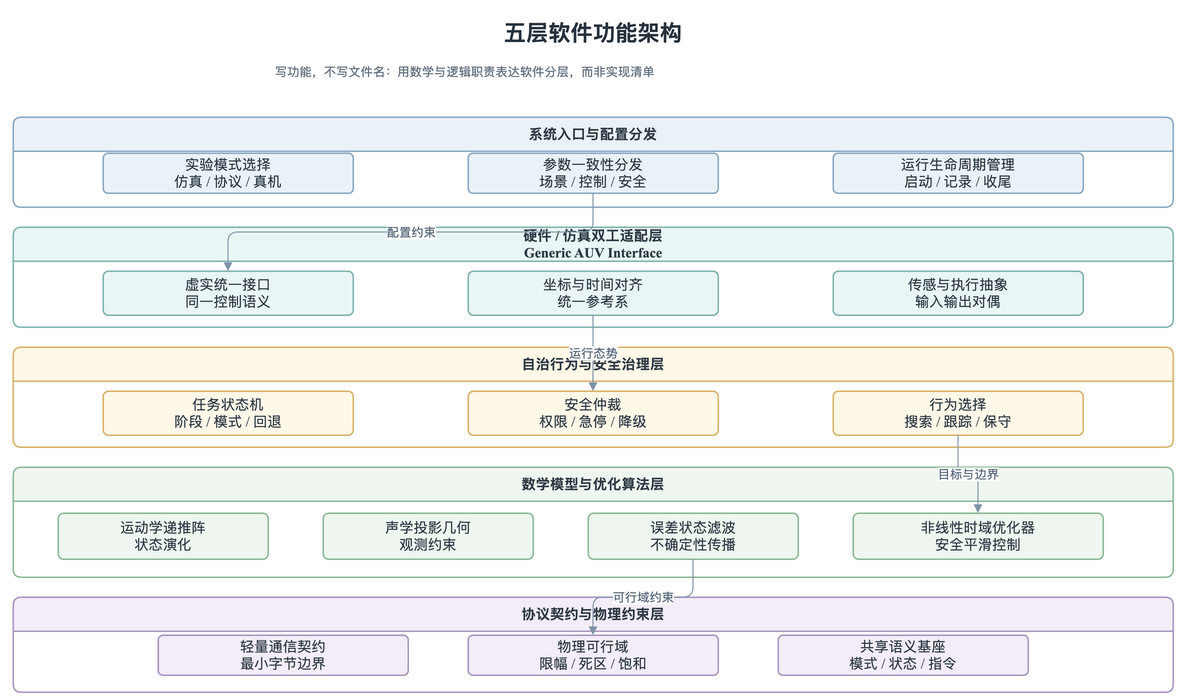
Above: docs/thesis/figures/architecture/auv_v2_five_layer_functional_architecture.drawio.png in 360ZMEM/AUV-Master-Project (draw.io), before the change. Source tidied: cells renumbered, new cells last; positions are measured from the earlier drawing's top-left corner, leaving out a move shared by most shapes.
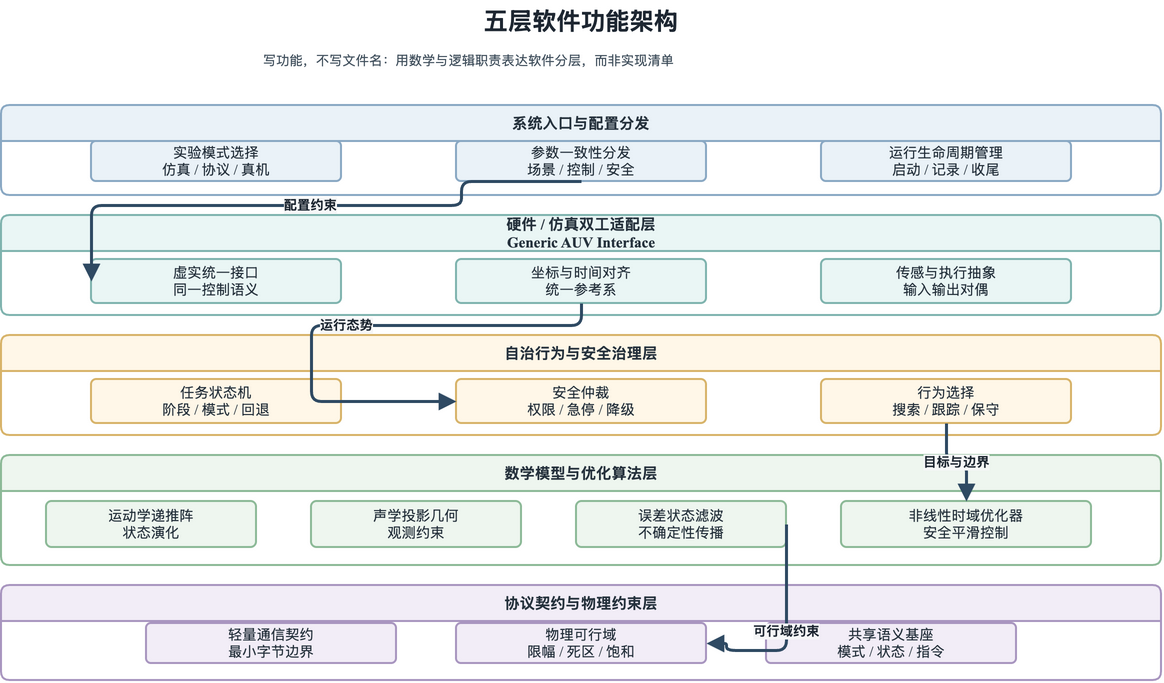
After the commit.

Diff of the diagram source:
```diff
@@ -2,86 +2,101 @@
   <root>
     <mxCell id="0" />
     <mxCell id="1" parent="0" />
-    <mxCell id="2" value="五层软件功能架构" style="text;html=1;strokeColor=none;fillColor=none;align=center;verticalAlign=middle;whiteSpace=wrap;rounded=0;fontFamily=Noto Serif CJK SC,Times New Roman;fontSize=22;fontStyle=1;fontColor=#26323D;" parent="1" vertex="1">
+    <mxCell id="2" value="五层软件功能架构" style="text;html=1;strokeColor=none;fillColor=none;align=center;verticalAlign=middle;whiteSpace=wrap;rounded=0;fontFamily=Noto Serif CJK SC,Times New Roman;fontSize=24;fontStyle=1;fontColor=#1E2732;" parent="1" vertex="1">
       <mxGeometry x="270" width="620" height="42" as="geometry" />
     </mxCell>
-    <mxCell id="3" value="写功能，不写文件名：用数学与逻辑职责表达软件分层，而非实现清单" style="text;html=1;strokeColor=none;fillColor=none;align=left;verticalAlign=top;whiteSpace=wrap;rounded=0;fontFamily=Noto Serif CJK SC,Times New Roman;fontSize=12;fontColor=#5C6B7A;" parent="1" vertex="1">
+    <mxCell id="3" value="写功能，不写文件名：用数学与逻辑职责表达软件分层，而非实现清单" style="text;html=1;strokeColor=none;fillColor=none;align=left;verticalAlign=top;whiteSpace=wrap;rounded=0;fontFamily=Noto Serif CJK SC,Times New Roman;fontSize=13;fontColor=#43525F;" parent="1" vertex="1">
       <mxGeometry x="260" y="46" width="660" height="34" as="geometry" />
     </mxCell>
-    <mxCell id="4" value="系统入口与配置分发" style="swimlane;whiteSpace=wrap;html=1;startSize=34;rounded=1;arcSize=8;fillColor=#EAF2F8;strokeColor=#8AA9C4;strokeWidth=1.5;fontFamily=Noto Serif CJK SC,Times New Roman;fontSize=14;fontColor=#2F3A45;" parent="1" vertex="1">
+    <mxCell id="4" value="系统入口与配置分发" style="swimlane;whiteSpace=wrap;html=1;startSize=36;rounded=1;arcSize=8;fillColor=#EAF2F8;strokeColor=#8AA9C4;strokeWidth=2;fontFamily=Noto Serif CJK SC,Times New Roman;fontSize=14;fontColor=#26323D;fontStyle=1;fontSize=15;" parent="1" vertex="1">
       <mxGeometry y="105" width="1160" height="90" as="geometry" />
     </mxCell>
-    <mxCell id="5" value="硬件 / 仿真双工适配层&#10;Generic AUV Interface" style="swimlane;whiteSpace=wrap;html=1;startSize=34;rounded=1;arcSize=8;fillColor=#EAF6F5;strokeColor=#80B4AF;strokeWidth=1.5;fontFamily=Noto Serif CJK SC,Times New Roman;fontSize=14;fontColor=#2F3A45;" parent="1" vertex="1">
+    <mxCell id="5" value="硬件 / 仿真双工适配层&#10;Generic AUV Interface" style="swimlane;whiteSpace=wrap;html=1;startSize=36;rounded=1;arcSize=8;fillColor=#EAF6F5;strokeColor=#80B4AF;strokeWidth=2;fontFamily=Noto Serif CJK SC,Times New Roman;fontSize=14;fontColor=#26323D;fontStyle=1;fontSize=15;" parent="1" vertex="1">
       <mxGeometry y="215" width="1160" height="100" as="geometry" />
     </mxCell>
-    <mxCell id="6" value="自治行为与安全治理层" style="swimlane;whiteSpace=wrap;html=1;startSize=34;rounded=1;arcSize=8;fillColor=#FFF7E8;strokeColor=#D8B46A;strokeWidth=1.5;fontFamily=Noto Serif CJK SC,Times New Roman;fontSize=14;fontColor=#2F3A45;" parent="1" vertex="1">
+    <mxCell id="6" value="自治行为与安全治理层" style="swimlane;whiteSpace=wrap;html=1;startSize=36;rounded=1;arcSize=8;fillColor=#FFF7E8;strokeColor=#D8B46A;strokeWidth=2;fontFamily=Noto Serif CJK SC,Times New Roman;fontSize=14;fontColor=#26323D;fontStyle=1;fontSize=15;" parent="1" vertex="1">
       <mxGeometry y="335" width="1160" height="100" as="geometry" />
     </mxCell>
-    <mxCell id="7" value="数学模型与优化算法层" style="swimlane;whiteSpace=wrap;html=1;startSize=34;rounded=1;arcSize=8;fillColor=#EEF6EF;strokeColor=#8DBA98;strokeWidth=1.5;fontFamily=Noto Serif CJK SC,Times New Roman;fontSize=14;fontColor=#2F3A45;" parent="1" vertex="1">
+    <mxCell id="7" value="数学模型与优化算法层" style="swimlane;whiteSpace=wrap;html=1;startSize=36;rounded=1;arcSize=8;fillColor=#EEF6EF;strokeColor=#8DBA98;strokeWidth=2;fontFamily=Noto Serif CJK SC,Times New Roman;fontSize=14;fontColor=#26323D;fontStyle=1;fontSize=15;" parent="1" vertex="1">
       <mxGeometry y="455" width="1160" height="110" as="geometry" />
     </mxCell>
-    <mxCell id="8" value="协议契约与物理约束层" style="swimlane;whiteSpace=wrap;html=1;startSize=34;rounded=1;arcSize=8;fillColor=#F2EDF7;strokeColor=#A996C0;strokeWidth=1.5;fontFamily=Noto Serif CJK SC,Times New Roman;fontSize=14;fontColor=#2F3A45;" parent="1" vertex="1">
+    <mxCell id="8" value="协议契约与物理约束层" style="swimlane;whiteSpace=wrap;html=1;startSize=36;rounded=1;arcSize=8;fillColor=#F2EDF7;strokeColor=#A996C0;strokeWidth=2;fontFamily=Noto Serif CJK SC,Times New Roman;fontSize=14;fontColor=#26323D;fontStyle=1;fontSize=15;" parent="1" vertex="1">
       <mxGeometry y="585" width="1160" height="95" as="geometry" />
     </mxCell>
-    <mxCell id="9" value="实验模式选择&#10;仿真 / 协议 / 真机" style="rounded=1;whiteSpace=wrap;html=1;arcSize=12;fillColor=#EAF2F8;strokeColor=#8AA9C4;strokeWidth=1.5;spacing=8;fontFamily=Noto Serif CJK SC,Times New Roman;fontSize=14;fontColor=#2F3A45;" parent="4" vertex="1">
+    <mxCell id="9" value="实验模式选择&#10;仿真 / 协议 / 真机" style="rounded=1;whiteSpace=wrap;html=1;arcSize=12;fillColor=#EAF2F8;strokeColor=#8AA9C4;strokeWidth=2;spacing=8;shadow=0;fontFamily=Noto Serif CJK SC,Times New Roman;fontSize=14;fontColor=#26323D;" parent="4" vertex="1">
       <mxGeometry x="90" y="36" width="250" height="40" as="geometry" />
     </mxCell>
-    <mxCell id="10" value="参数一致性分发&#10;场景 / 控制 / 安全" style="rounded=1;whiteSpace=wrap;html=1;arcSize=12;fillColor=#EAF2F8;strokeColor=#8AA9C4;strokeWidth=1.5;spacing=8;fontFamily=Noto Serif CJK SC,Times New Roman;fontSize=14;fontColor=#2F3A45;" parent="4" vertex="1">
+    <mxCell id="10" value="参数一致性分发&#10;场景 / 控制 / 安全" style="rounded=1;whiteSpace=wrap;html=1;arcSize=12;fillColor=#EAF2F8;strokeColor=#8AA9C4;strokeWidth=2;spacing=8;shadow=0;fontFamily=Noto Serif CJK SC,Times New Roman;fontSize=14;fontColor=#26323D;" parent="4" vertex="1">
       <mxGeometry x="455" y="36" width="250" height="40" as="geometry" />
     </mxCell>
-    <mxCell id="11" value="运行生命周期管理&#10;启动 / 记录 / 收尾" style="rounded=1;whiteSpace=wrap;html=1;arcSize=12;fillColor=#EAF2F8;strokeColor=#8AA9C4;strokeWidth=1.5;spacing=8;fontFamily=Noto Serif CJK SC,Times New Roman;fontSize=14;fontColor=#2F3A45;" parent="4" vertex="1">
+    <mxCell id="11" value="运行生命周期管理&#10;启动 / 记录 / 收尾" style="rounded=1;whiteSpace=wrap;html=1;arcSize=12;fillColor=#EAF2F8;strokeColor=#8AA9C4;strokeWidth=2;spacing=8;shadow=0;fontFamily=Noto Serif CJK SC,Times New Roman;fontSize=14;fontColor=#26323D;" parent="4" vertex="1">
       <mxGeometry x="820" y="36" width="250" height="40" as="geometry" />
     </mxCell>
-    <mxCell id="12" value="虚实统一接口&#10;同一控制语义" style="rounded=1;whiteSpace=wrap;html=1;arcSize=12;fillColor=#EAF6F5;strokeColor=#80B4AF;strokeWidth=1.5;spacing=8;fontFamily=Noto Serif CJK SC,Times New Roman;fontSize=14;fontColor=#2F3A45;" parent="5" vertex="1">
+    <mxCell id="12" value="虚实统一接口&#10;同一控制语义" style="rounded=1;whiteSpace=wrap;html=1;arcSize=12;fillColor=#EAF6F5;strokeColor=#80B4AF;strokeWidth=2;spacing=8;shadow=0;fontFamily=Noto Serif CJK SC,Times New Roman;fontSize=14;fontColor=#26323D;" parent="5" vertex="1">
       <mxGeometry x="90" y="44" width="250" height="44" as="geometry" />
     </mxCell>
-    <mxCell id="13" value="坐标与时间对齐&#10;统一参考系" style="rounded=1;whiteSpace=wrap;html=1;arcSize=12;fillColor=#EAF6F5;strokeColor=#80B4AF;strokeWidth=1.5;spacing=8;fontFamily=Noto Serif CJK SC,Times New Roman;fontSize=14;fontColor=#2F3A45;" parent="5" vertex="1">
+    <mxCell id="13" value="坐标与时间对齐&#10;统一参考系" style="rounded=1;whiteSpace=wrap;html=1;arcSize=12;fillColor=#EAF6F5;strokeColor=#80B4AF;strokeWidth=2;spacing=8;shadow=0;fontFamily=Noto Serif CJK SC,Times New Roman;fontSize=14;fontColor=#26323D;" parent="5" vertex="1">
       <mxGeometry x="455" y="44" width="250" height="44" as="geometry" />
     </mxCell>
-    <mxCell id="14" value="传感与执行抽象&#10;输入输出对偶" style="rounded=1;whiteSpace=wrap;html=1;arcSize=12;fillColor=#EAF6F5;strokeColor=#80B4AF;strokeWidth=1.5;spacing=8;fontFamily=Noto Serif CJK SC,Times New Roman;fontSize=14;fontColor=#2F3A45;" parent="5" vertex="1">
+    <mxCell id="14" value="传感与执行抽象&#10;输入输出对偶" style="rounded=1;whiteSpace=wrap;html=1;arcSize=12;fillColor=#EAF6F5;strokeColor=#80B4AF;strokeWidth=2;spacing=8;shadow=0;fontFamily=Noto Serif CJK SC,Times New Roman;fontSize=14;fontColor=#26323D;" parent="5" vertex="1">
       <mxGeometry x="820" y="44" width="250" height="44" as="geometry" />
     </mxCell>
-    <mxCell id="15" value="任务状态机&#10;阶段 / 模式 / 回退" style="rounded=1;whiteSpace=wrap;html=1;arcSize=12;fillColor=#FFF7E8;strokeColor=#D8B46A;strokeWidth=1.5;spacing=8;fontFamily=Noto Serif CJK SC,Times New Roman;fontSize=14;fontColor=#2F3A45;" parent="6" vertex="1">
+    <mxCell id="15" value="任务状态机&#10;阶段 / 模式 / 回退" style="rounded=1;whiteSpace=wrap;html=1;arcSize=12;fillColor=#FFF7E8;strokeColor=#D8B46A;strokeWidth=2;spacing=8;shadow=0;fontFamily=Noto Serif CJK SC,Times New Roman;fontSize=14;fontColor=#26323D;" parent="6" vertex="1">
       <mxGeometry x="90" y="44" width="250" height="44" as="geometry" />
     </mxCell>
-    <mxCell id="16" value="安全仲裁&#10;权限 / 急停 / 降级" style="rounded=1;whiteSpace=wrap;html=1;arcSize=12;fillColor=#FFF7E8;strokeColor=#D8B46A;strokeWidth=1.5;spacing=8;fontFamily=Noto Serif CJK SC,Times New Roman;fontSize=14;fontColor=#2F3A45;" parent="6" vertex="1">
+    <mxCell id="16" value="安全仲裁&#10;权限 / 急停 / 降级" style="rounded=1;whiteSpace=wrap;html=1;arcSize=12;fillColor=#FFF7E8;strokeColor=#D8B46A;strokeWidth=2;spacing=8;shadow=0;fontFamily=Noto Serif CJK SC,Times New Roman;fontSize=14;fontColor=#26323D;" parent="6" vertex="1">
       <mxGeometry x="455" y="44" width="250" height="44" as="geometry" />
     </mxCell>
-    <mxCell id="17" value="行为选择&#10;搜索 / 跟踪 / 保守" style="rounded=1;whiteSpace=wrap;html=1;arcSize=12;fillColor=#FFF7E8;strokeColor=#D8B46A;strokeWidth=1.5;spacing=8;fontFamily=Noto Serif CJK SC,Times New Roman;fontSize=14;fontColor=#2F3A45;" parent="6" vertex="1">
+    <mxCell id="17" value="行为选择&#10;搜索 / 跟踪 / 保守" style="rounded=1;whiteSpace=wrap;html=1;arcSize=12;fillColor=#FFF7E8;strokeColor=#D8B46A;strokeWidth=2;spacing=8;shadow=0;fontFamily=Noto Serif CJK SC,Times New Roman;fontSize=14;fontColor=#26323D;" parent="6" vertex="1">
       <mxGeometry x="820" y="44" width="250" height="44" as="geometry" />
     </mxCell>
-    <mxCell id="18" value="运动学递推阵&#10;状态演化" style="rounded=1;whiteSpace=wrap;html=1;arcSize=12;fillColor=#EEF6EF;strokeColor=#8DBA98;strokeWidth=1.5;spacing=8;fontFamily=Noto Serif CJK SC,Times New Roman;fontSize=14;fontColor=#2F3A45;" parent="7" vertex="1">
+    <mxCell id="18" value="运动学递推阵&#10;状态演化" style="rounded=1;whiteSpace=wrap;html=1;arcSize=12;fillColor=#EEF6EF;strokeColor=#8DBA98;strokeWidth=2;spacing=8;shadow=0;fontFamily=Noto Serif CJK SC,Times New Roman;fontSize=14;fontColor=#26323D;" parent="7" vertex="1">
       <mxGeometry x="45" y="46" width="210" height="46" as="geometry" />
     </mxCell>
-    <mxCell id="19" value="声学投影几何&#10;观测约束" style="rounded=1;whiteSpace=wrap;html=1;arcSize=12;fillColor=#EEF6EF;strokeColor=#8DBA98;strokeWidth=1.5;spacing=8;fontFamily=Noto Serif CJK SC,Times New Roman;fontSize=14;fontColor=#2F3A45;" parent="7" vertex="1">
+    <mxCell id="19" value="声学投影几何&#10;观测约束" style="rounded=1;whiteSpace=wrap;html=1;arcSize=12;fillColor=#EEF6EF;strokeColor=#8DBA98;strokeWidth=2;spacing=8;shadow=0;fontFamily=Noto Serif CJK SC,Times New Roman;fontSize=14;fontColor=#26323D;" parent="7" vertex="1">
       <mxGeometry x="310" y="46" width="210" height="46" as="geometry" />
     </mxCell>
-    <mxCell id="20" value="误差状态滤波&#10;不确定性传播" style="rounded=1;whiteSpace=wrap;html=1;arcSize=12;fillColor=#EEF6EF;strokeColor=#8DBA98;strokeWidth=1.5;spacing=8;fontFamily=Noto Serif CJK SC,Times New Roman;fontSize=14;fontColor=#2F3A45;" parent="7" vertex="1">
+    <mxCell id="20" value="误差状态滤波&#10;不确定性传播" style="rounded=1;whiteSpace=wrap;html=1;arcSize=12;fillColor=#EEF6EF;strokeColor=#8DBA98;strokeWidth=2;spacing=8;shadow=0;fontFamily=Noto Serif CJK SC,Times New Roman;fontSize=14;fontColor=#26323D;" parent="7" vertex="1">
       <mxGeometry x="575" y="46" width="210" height="46" as="geometry" />
     </mxCell>
-    <mxCell id="21" value="非线性时域优化器&#10;安全平滑控制" style="rounded=1;whiteSpace=wrap;html=1;arcSize=12;fillColor=#EEF6EF;strokeColor=#8DBA98;strokeWidth=1.5;spacing=8;fontFamily=Noto Serif CJK SC,Times New Roman;fontSize=14;fontColor=#2F3A45;" parent="7" vertex="1">
+    <mxCell id="21" value="非线性时域优化器&#10;安全平滑控制" style="rounded=1;whiteSpace=wrap;html=1;arcSize=12;fillColor=#EEF6EF;strokeColor=#8DBA98;strokeWidth=2;spacing=8;shadow=0;fontFamily=Noto Serif CJK SC,Times New Roman;fontSize=14;fontColor=#26323D;" parent="7" vertex="1">
       <mxGeometry x="840" y="46" width="250" height="46" as="geometry" />
     </mxCell>
-    <mxCell id="22" value="轻量通信契约&#10;最小字节边界" style="rounded=1;whiteSpace=wrap;html=1;arcSize=12;fillColor=#F2EDF7;strokeColor=#A996C0;strokeWidth=1.5;spacing=8;fontFamily=Noto Serif CJK SC,Times New Roman;fontSize=14;fontColor=#2F3A45;" parent="8" vertex="1">
+    <mxCell id="22" value="轻量通信契约&#10;最小字节边界" style="rounded=1;whiteSpace=wrap;html=1;arcSize=12;fillColor=#F2EDF7;strokeColor=#A996C0;strokeWidth=2;spacing=8;shadow=0;fontFamily=Noto Serif CJK SC,Times New Roman;fontSize=14;fontColor=#26323D;" parent="8" vertex="1">
       <mxGeometry x="145" y="38" width="250" height="40" as="geometry" />
     </mxCell>
-    <mxCell id="23" value="物理可行域&#10;限幅 / 死区 / 饱和" style="rounded=1;whiteSpace=wrap;html=1;arcSize=12;fillColor=#F2EDF7;strokeColor=#A996C0;strokeWidth=1.5;spacing=8;fontFamily=Noto Serif CJK SC,Times New Roman;fontSize=14;fontColor=#2F3A45;" parent="8" vertex="1">
+    <mxCell id="23" value="物理可行域&#10;限幅 / 死区 / 饱和" style="rounded=1;whiteSpace=wrap;html=1;arcSize=12;fillColor=#F2EDF7;strokeColor=#A996C0;strokeWidth=2;spacing=8;shadow=0;fontFamily=Noto Serif CJK SC,Times New Roman;fontSize=14;fontColor=#26323D;" parent="8" vertex="1">
       <mxGeometry x="455" y="38" width="250" height="40" as="geometry" />
     </mxCell>
-    <mxCell id="24" value="共享语义基座&#10;模式 / 状态 / 指令" style="rounded=1;whiteSpace=wrap;html=1;arcSize=12;fillColor=#F2EDF7;strokeColor=#A996C0;strokeWidth=1.5;spacing=8;fontFamily=Noto Serif CJK SC,Times New Roman;fontSize=14;fontColor=#2F3A45;" parent="8" vertex="1">
+    <mxCell id="24" value="共享语义基座&#10;模式 / 状态 / 指令" style="rounded=1;whiteSpace=wrap;html=1;arcSize=12;fillColor=#F2EDF7;strokeColor=#A996C0;strokeWidth=2;spacing=8;shadow=0;fontFamily=Noto Serif CJK SC,Times New Roman;fontSize=14;fontColor=#26323D;" parent="8" vertex="1">
       <mxGeometry x="765" y="38" width="250" height="40" as="geometry" />
     </mxCell>
-    <mxCell id="25" value="配置约束" style="edgeStyle=orthogonalEdgeStyle;rounded=1;jettySize=auto;html=1;strokeColor=#7E93A8;fontColor=#536577;fontSize=12;endArrow=block;endFill=1;exitX=0.5;exitY=1;entryX=0.5;entryY=0;" parent="1" edge="1" source="10" target="12">
-      <mxGeometry relative="1" as="geometry" />
+    <mxCell id="25" value="配置约束" style="edgeStyle=orthogonalEdgeStyle;rounded=1;jettySize=auto;html=1;strokeColor=#2F4A63;fontColor=#1E2732;fontSize=13;fontStyle=1;strokeWidth=3;labelBackgroundColor=#F6F7F8;labelBorderColor=none;endArrow=block;endFill=1;endSize=10;exitX=0.5;exitY=1;entryX=0;entryY=0.5;" parent="1" edge="1" source="10" target="12">
+      <mxGeometry relative="1" as="geometry">
+        <Array as="points">
+          <mxPoint x="460" y="205" />
+          <mxPoint x="90" y="205" />
+        </Array>
+      </mxGeometry>
     </mxCell>
-    <mxCell id="26" value="运行态势" style="edgeStyle=orthogonalEdgeStyle;rounded=1;jettySize=auto;html=1;strokeColor=#7E93A8;fontColor=#536577;fontSize=12;endArrow=block;endFill=1;exitX=0.5;exitY=1;entryX=0.5;entryY=0;" parent="1" edge="1" source="13" target="16">
-      <mxGeometry relative="1" as="geometry" />
+    <mxCell id="26" value="运行态势" style="edgeStyle=orthogonalEdgeStyle;rounded=1;jettySize=auto;html=1;strokeColor=#2F4A63;fontColor=#1E2732;fontSize=13;fontStyle=1;strokeWidth=3;labelBackgroundColor=#F6F7F8;labelBorderColor=none;endArrow=block;endFill=1;endSize=10;exitX=0.5;exitY=1;entryX=0;entryY=0.5;" parent="1" edge="1" source="13" target="16">
+      <mxGeometry relative="1" as="geometry">
+        <Array as="points">
+          <mxPoint x="460" y="325" />
+          <mxPoint x="310" y="325" />
+          <mxPoint x="310" y="400" />
+        </Array>
+      </mxGeometry>
     </mxCell>
-    <mxCell id="27" value="目标与边界" style="edgeStyle=orthogonalEdgeStyle;rounded=1;jettySize=auto;html=1;strokeColor=#7E93A8;fontColor=#536577;fontSize=12;endArrow=block;endFill=1;exitX=0.5;exitY=1;entryX=0.5;entryY=0;" parent="1" edge="1" source="17" target="21">
+    <mxCell id="27" value="目标与边界" style="edgeStyle=orthogonalEdgeStyle;rounded=1;jettySize=auto;html=1;strokeColor=#2F4A63;fontColor=#1E2732;fontSize=13;fontStyle=1;strokeWidth=3;labelBackgroundColor=#F6F7F8;labelBorderColor=none;endArrow=block;endFill=1;endSize=10;exitX=0.5;exitY=1;entryX=0.5;entryY=0;" parent="1" edge="1" source="17" target="21">
       <mxGeometry relative="1" as="geometry" />
     </mxCell>
-    <mxCell id="28" value="可行域约束" style="edgeStyle=orthogonalEdgeStyle;rounded=1;jettySize=auto;html=1;strokeColor=#7E93A8;fontColor=#536577;fontSize=12;endArrow=block;endFill=1;exitX=0.5;exitY=1;entryX=0.5;entryY=0;" parent="1" edge="1" source="20" target="23">
-      <mxGeometry relative="1" as="geometry" />
+    <mxCell id="28" value="可行域约束" style="edgeStyle=orthogonalEdgeStyle;rounded=1;jettySize=auto;html=1;strokeColor=#2F4A63;fontColor=#1E2732;fontSize=13;fontStyle=1;strokeWidth=3;labelBackgroundColor=#F6F7F8;labelBorderColor=none;endArrow=block;endFill=1;endSize=10;exitX=1;exitY=0.5;entryX=1;entryY=0.5;" parent="1" edge="1" source="20" target="23">
+      <mxGeometry relative="1" as="geometry">
+        <Array as="points">
+          <mxPoint x="725" y="650" />
+        </Array>
+      </mxGeometry>
     </mxCell>
   </root>
 </mxGraphModel>
```
